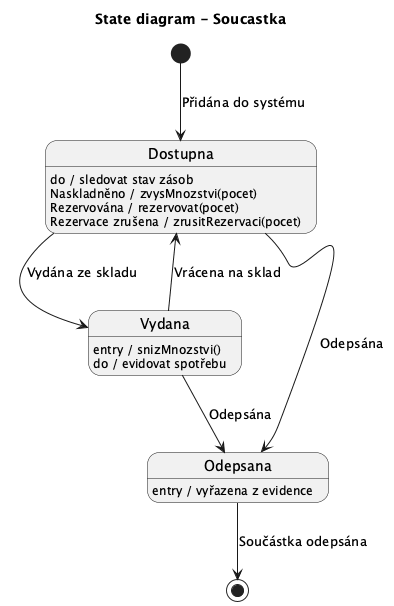
Before: docs/images/10_state_soucastka_projekt.png, a diagram exported from PlantUML (lkvapil/wms-elektronicke-soucastky).
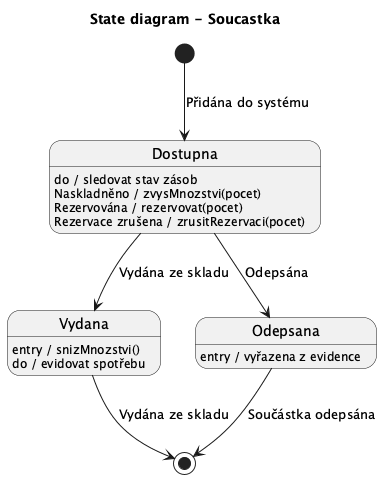
The same diagram one commit later.

Commit message:
Soucastka – Vydana je terminální stav, zrušen návrat na sklad

What changed in the source:
```diff
@@ -14,8 +14,7 @@
 
 Vydana : entry / snizMnozstvi()
 Vydana : do / evidovat spotřebu
-Vydana --> Dostupna : Vrácena na sklad
-Vydana --> Odepsana : Odepsána
+Vydana --> [*] : Vydána ze skladu
 
 Odepsana : entry / vyřazena z evidence
 Odepsana --> [*] : Součástka odepsána
```
